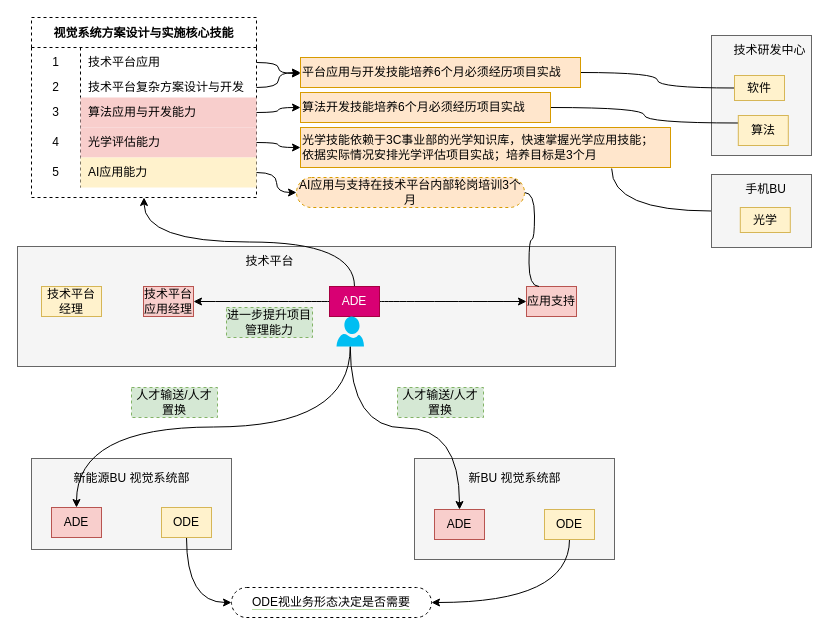
This is page "技术平台人才孵化逻辑" (2 of 3) of drawio/未命名绘图.drawio from Guyiguang/-DrawIO, a draw.io file, before an edit. Source tidied: cells renumbered, new cells numbered last; positions are measured from the earlier drawing's top-left corner, leaving out a move shared by most shapes. Both pictures are drawn from the tidied source at 100%, with x=0, y=0 at pixel (17, 17).
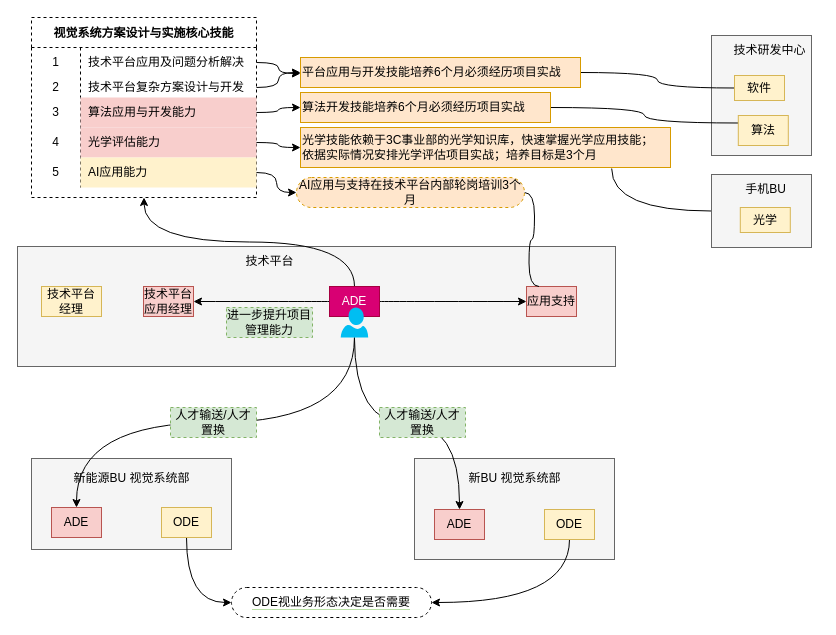
The same diagram, later.

Commit message:
更新未命名绘图.drawio

Unchanged cells that the change refers to:
```xml
<mxCell id="14" style="shape=tableRow;horizontal=0;startSize=0;swimlaneHead=0;swimlaneBody=0;top=0;left=0;bottom=0;right=0;fillColor=none;points=[[0,0.5],[1,0.5]];portConstraint=eastwest;dashed=1;" parent="13" vertex="1">
  <mxGeometry y="30" width="225" height="30" as="geometry" />
</mxCell>
```

Diff of the diagram source:
```diff
@@
-    <mxCell id="16" value="技术平台应用" style="shape=partialRectangle;html=1;whiteSpace=wrap;fillColor=none;top=0;left=0;bottom=0;right=0;align=left;spacingLeft=6;overflow=hidden;dashed=1;" parent="14" vertex="1">
+    <mxCell id="16" value="技术平台应用及问题分析解决" style="shape=partialRectangle;html=1;whiteSpace=wrap;fillColor=none;top=0;left=0;bottom=0;right=0;align=left;spacingLeft=6;overflow=hidden;dashed=1;" parent="14" vertex="1">
       <mxGeometry x="49" width="176" height="30" as="geometry" />
     </mxCell>
@@
     <mxCell id="45" style="verticalLabelPosition=bottom;html=1;verticalAlign=top;align=center;strokeColor=none;fillColor=#00BEF2;shape=mxgraph.azure.user;dashed=1;" parent="1" vertex="1">
-      <mxGeometry x="319" y="299" width="27.5" height="30" as="geometry" />
+      <mxGeometry x="323.2" y="290" width="27.5" height="30" as="geometry" />
     </mxCell>
@@
     <mxCell id="53" value="人才输送/人才置换" style="text;html=1;strokeColor=#82b366;fillColor=#d5e8d4;align=center;verticalAlign=middle;whiteSpace=wrap;rounded=0;dashed=1;" parent="1" vertex="1">
-      <mxGeometry x="380" y="370" width="86" height="30" as="geometry" />
+      <mxGeometry x="362" y="390" width="86" height="30" as="geometry" />
     </mxCell>
     <mxCell id="54" value="人才输送/人才置换" style="text;html=1;strokeColor=#82b366;fillColor=#d5e8d4;align=center;verticalAlign=middle;whiteSpace=wrap;rounded=0;dashed=1;" parent="1" vertex="1">
-      <mxGeometry x="114" y="370" width="86" height="30" as="geometry" />
+      <mxGeometry x="153" y="390" width="86" height="30" as="geometry" />
     </mxCell>
```
